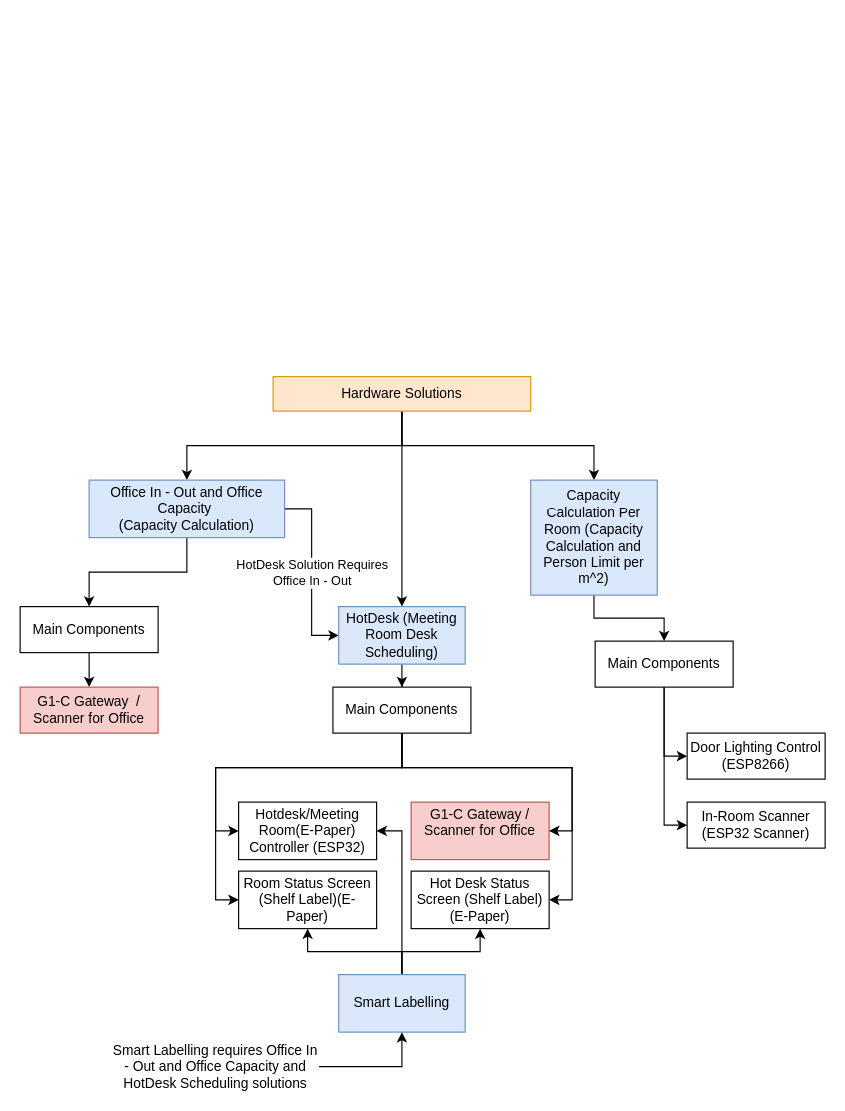
Yusufss4/zone-based-indoor-positioning-and-hotdesk keeps this draw.io diagram as Hardware-Schematics/HardwareProducts.drawio. Above is the earlier version. Source tidied: cells renumbered, new cells numbered last; positions are measured from the earlier drawing's top-left corner, leaving out a move shared by most shapes. Both pictures are drawn from the tidied source at 115%, with x=0, y=0 at pixel (20, 376).
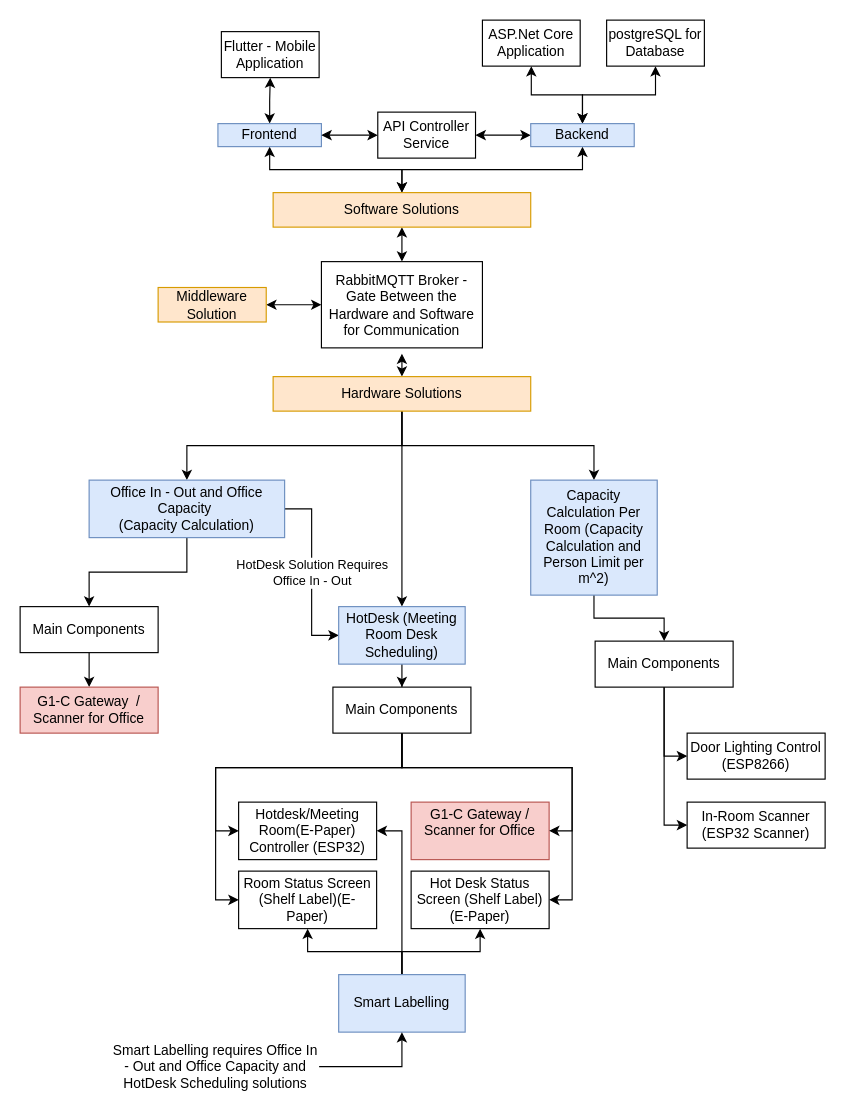
The same diagram, later.

Commit message (it also covers changes not shown here):
Updated hardware products diagram

Unchanged cells that the change refers to:
```xml
<mxCell id="5" value="Hardware Solutions" style="rounded=0;whiteSpace=wrap;html=1;shadow=0;sketch=0;spacingTop=0;fillColor=#ffe6cc;strokeColor=#d79b00;" parent="1" vertex="1">
  <mxGeometry x="220" width="224" height="30" as="geometry" />
</mxCell>
```

What changed in the source:
```diff
@@
+    <mxCell id="36" style="edgeStyle=orthogonalEdgeStyle;rounded=0;jettySize=auto;html=1;startArrow=classic;startFill=1;" parent="1" edge="1" source="5">
+      <mxGeometry relative="1" as="geometry">
+        <mxPoint x="332" y="-20" as="targetPoint" />
+      </mxGeometry>
+    </mxCell>
@@
+    <mxCell id="37" style="edgeStyle=orthogonalEdgeStyle;rounded=0;jettySize=auto;html=1;entryX=0.5;entryY=0;entryDx=0;entryDy=0;startArrow=classic;startFill=1;" parent="1" edge="1" source="40" target="43">
+      <mxGeometry relative="1" as="geometry" />
+    </mxCell>
+    <mxCell id="38" style="edgeStyle=orthogonalEdgeStyle;rounded=0;jettySize=auto;html=1;entryX=0.5;entryY=1;entryDx=0;entryDy=0;startArrow=classic;startFill=1;" parent="1" edge="1" source="40" target="45">
+      <mxGeometry relative="1" as="geometry" />
+    </mxCell>
+    <mxCell id="39" style="edgeStyle=orthogonalEdgeStyle;rounded=0;jettySize=auto;html=1;entryX=0.5;entryY=1;entryDx=0;entryDy=0;startArrow=classic;startFill=1;" parent="1" edge="1" source="40" target="49">
+      <mxGeometry relative="1" as="geometry" />
+    </mxCell>
+    <mxCell id="40" value="Software Solutions" style="rounded=0;whiteSpace=wrap;html=1;shadow=0;sketch=0;spacingTop=0;fillColor=#ffe6cc;strokeColor=#d79b00;" parent="1" vertex="1">
+      <mxGeometry x="220" y="-160" width="224" height="30" as="geometry" />
+    </mxCell>
+    <mxCell id="41" style="edgeStyle=orthogonalEdgeStyle;rounded=0;jettySize=auto;html=1;entryX=0;entryY=0.5;entryDx=0;entryDy=0;startArrow=classic;startFill=1;" parent="1" edge="1" source="42" target="43">
+      <mxGeometry relative="1" as="geometry" />
+    </mxCell>
+    <mxCell id="42" value="Middleware Solution" style="rounded=0;whiteSpace=wrap;html=1;shadow=0;sketch=0;spacingTop=0;fillColor=#ffe6cc;strokeColor=#d79b00;direction=west;" parent="1" vertex="1">
+      <mxGeometry x="120" y="-77.5" width="94" height="30" as="geometry" />
+    </mxCell>
+    <mxCell id="43" value="RabbitMQTT Broker - Gate Between the Hardware and Software for Communication" style="rounded=0;whiteSpace=wrap;html=1;shadow=0;sketch=0;spacingTop=0;" parent="1" vertex="1">
+      <mxGeometry x="262" y="-100" width="140" height="75" as="geometry" />
+    </mxCell>
+    <mxCell id="44" style="edgeStyle=orthogonalEdgeStyle;rounded=0;jettySize=auto;html=1;entryX=0.5;entryY=1;entryDx=0;entryDy=0;startArrow=classic;startFill=1;" parent="1" edge="1" source="45" target="52">
+      <mxGeometry relative="1" as="geometry" />
+    </mxCell>
+    <mxCell id="45" value="Frontend" style="rounded=0;whiteSpace=wrap;html=1;shadow=0;sketch=0;spacingTop=0;fillColor=#dae8fc;strokeColor=#6c8ebf;" parent="1" vertex="1">
+      <mxGeometry x="172" y="-220" width="90" height="20" as="geometry" />
+    </mxCell>
+    <mxCell id="46" style="edgeStyle=orthogonalEdgeStyle;rounded=0;jettySize=auto;html=1;entryX=0.5;entryY=1;entryDx=0;entryDy=0;startArrow=classic;startFill=1;" parent="1" edge="1" source="49" target="50">
+      <mxGeometry relative="1" as="geometry" />
+    </mxCell>
+    <mxCell id="47" style="edgeStyle=orthogonalEdgeStyle;rounded=0;jettySize=auto;html=1;startArrow=classic;startFill=1;" parent="1" edge="1" source="49" target="51">
+      <mxGeometry relative="1" as="geometry" />
+    </mxCell>
+    <mxCell id="48" style="edgeStyle=orthogonalEdgeStyle;rounded=0;jettySize=auto;html=1;entryX=1;entryY=0.5;entryDx=0;entryDy=0;startArrow=classic;startFill=1;" parent="1" edge="1" source="49" target="54">
+      <mxGeometry relative="1" as="geometry" />
+    </mxCell>
+    <mxCell id="49" value="Backend" style="rounded=0;whiteSpace=wrap;html=1;shadow=0;sketch=0;spacingTop=0;fillColor=#dae8fc;strokeColor=#6c8ebf;" parent="1" vertex="1">
+      <mxGeometry x="444" y="-220" width="90" height="20" as="geometry" />
+    </mxCell>
+    <mxCell id="50" value="ASP.Net Core Application" style="rounded=0;whiteSpace=wrap;html=1;shadow=0;sketch=0;spacingTop=0;" parent="1" vertex="1">
+      <mxGeometry x="402" y="-310" width="85" height="40" as="geometry" />
+    </mxCell>
+    <mxCell id="51" value="postgreSQL for Database" style="rounded=0;whiteSpace=wrap;html=1;shadow=0;sketch=0;spacingTop=0;" parent="1" vertex="1">
+      <mxGeometry x="510" y="-310" width="85" height="40" as="geometry" />
+    </mxCell>
+    <mxCell id="52" value="Flutter - Mobile Application" style="rounded=0;whiteSpace=wrap;html=1;shadow=0;sketch=0;spacingTop=0;" parent="1" vertex="1">
+      <mxGeometry x="175" y="-300" width="85" height="40" as="geometry" />
+    </mxCell>
+    <mxCell id="53" style="edgeStyle=orthogonalEdgeStyle;rounded=0;jettySize=auto;html=1;entryX=1;entryY=0.5;entryDx=0;entryDy=0;startArrow=classic;startFill=1;" parent="1" edge="1" source="54" target="45">
+      <mxGeometry relative="1" as="geometry" />
+    </mxCell>
+    <mxCell id="54" value="API Controller Service" style="rounded=0;whiteSpace=wrap;html=1;shadow=0;sketch=0;spacingTop=0;" parent="1" vertex="1">
+      <mxGeometry x="311" y="-230" width="85" height="40" as="geometry" />
+    </mxCell>
```
